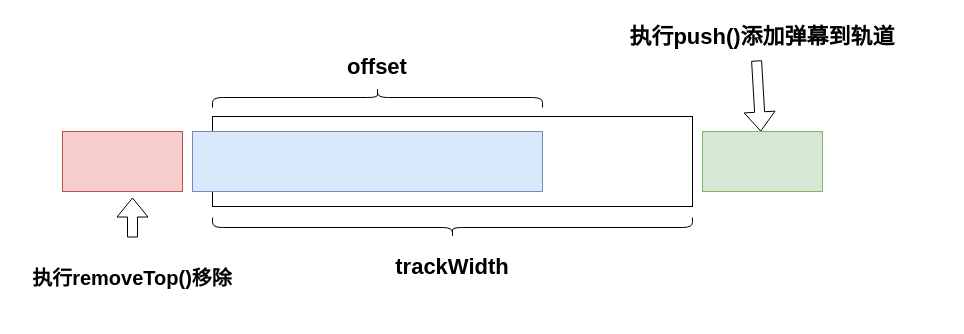
logcas/ImageBed keeps this draw.io diagram as danmaku2.drawio. Above is the earlier version. Source tidied: cells renumbered, new cells numbered last; positions are measured from the earlier drawing's top-left corner, leaving out a move shared by most shapes. Both pictures are drawn from the tidied source at 100%, with x=0, y=0 at pixel (17, -68).
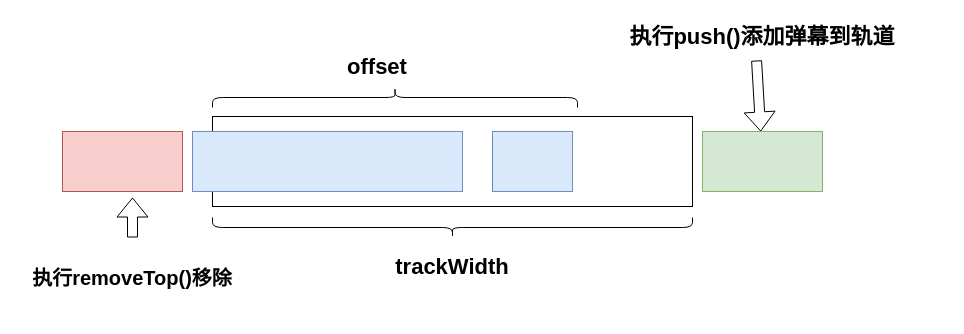
The same diagram, later.

Diff of the diagram source:
```diff
@@
 <mxGraphModel>
   <root>
     <mxCell id="0" />
     <mxCell id="1" parent="0" />
     <mxCell id="2" style="rounded=0;whiteSpace=wrap;html=1;" parent="1" vertex="1">
       <mxGeometry x="195" y="184" width="480" height="90" as="geometry" />
     </mxCell>
     <mxCell id="3" style="rounded=0;whiteSpace=wrap;html=1;fillColor=#f8cecc;strokeColor=#b85450;" parent="1" vertex="1">
       <mxGeometry x="45" y="199" width="120" height="60" as="geometry" />
     </mxCell>
     <mxCell id="4" style="rounded=0;whiteSpace=wrap;html=1;fillColor=#dae8fc;strokeColor=#6c8ebf;" parent="1" vertex="1">
-      <mxGeometry x="175" y="199" width="350" height="60" as="geometry" />
+      <mxGeometry x="175" y="199" width="270" height="60" as="geometry" />
     </mxCell>
     <mxCell id="5" value="&lt;b&gt;&lt;font style=&quot;font-size: 20px&quot;&gt;执行removeTop()移除&lt;/font&gt;&lt;/b&gt;" style="text;html=1;strokeColor=none;fillColor=none;align=center;verticalAlign=middle;whiteSpace=wrap;rounded=0;" parent="1" vertex="1">
       <mxGeometry y="305" width="230" height="80" as="geometry" />
     </mxCell>
     <mxCell id="6" style="shape=flexArrow;endArrow=classic;html=1;" parent="1" edge="1" source="5">
       <mxGeometry relative="1" as="geometry">
         <mxPoint x="115" y="265" as="targetPoint" />
       </mxGeometry>
     </mxCell>
     <mxCell id="7" style="shape=curlyBracket;whiteSpace=wrap;html=1;rounded=1;rotation=90;" parent="1" vertex="1">
-      <mxGeometry x="350" width="20" height="330" as="geometry" />
+      <mxGeometry x="367.5" y="-17.5" width="20" height="365" as="geometry" />
     </mxCell>
     <mxCell id="8" value="&lt;b&gt;&lt;font style=&quot;font-size: 22px&quot;&gt;offset&lt;/font&gt;&lt;/b&gt;" style="text;html=1;strokeColor=none;fillColor=none;align=center;verticalAlign=middle;whiteSpace=wrap;rounded=0;" parent="1" vertex="1">
       <mxGeometry x="320" y="115" width="80" height="40" as="geometry" />
     </mxCell>
     <mxCell id="9" style="shape=curlyBracket;whiteSpace=wrap;html=1;rounded=1;rotation=-90;" parent="1" vertex="1">
       <mxGeometry x="425" y="55" width="20" height="480" as="geometry" />
     </mxCell>
     <mxCell id="10" value="&lt;b&gt;&lt;font style=&quot;font-size: 22px&quot;&gt;trackWidth&lt;/font&gt;&lt;/b&gt;" style="text;html=1;strokeColor=none;fillColor=none;align=center;verticalAlign=middle;whiteSpace=wrap;rounded=0;" parent="1" vertex="1">
       <mxGeometry x="395" y="315" width="80" height="40" as="geometry" />
     </mxCell>
     <mxCell id="11" style="rounded=0;whiteSpace=wrap;html=1;fillColor=#d5e8d4;strokeColor=#82b366;" parent="1" vertex="1">
       <mxGeometry x="685" y="199" width="120" height="60" as="geometry" />
     </mxCell>
     <mxCell id="12" value="&lt;span style=&quot;font-size: 22px&quot;&gt;&lt;b&gt;执行push()添加弹幕到轨道&lt;/b&gt;&lt;/span&gt;" style="text;html=1;strokeColor=none;fillColor=none;align=center;verticalAlign=middle;whiteSpace=wrap;rounded=0;" parent="1" vertex="1">
       <mxGeometry x="560" y="85" width="370" height="40" as="geometry" />
     </mxCell>
     <mxCell id="13" style="shape=flexArrow;endArrow=classic;html=1;exitX=0.484;exitY=1.075;exitDx=0;exitDy=0;exitPerimeter=0;" parent="1" edge="1" source="12" target="11">
       <mxGeometry relative="1" as="geometry" />
     </mxCell>
+    <mxCell id="14" style="rounded=0;whiteSpace=wrap;html=1;fillColor=#dae8fc;strokeColor=#6c8ebf;" parent="1" vertex="1">
+      <mxGeometry x="475" y="199" width="80" height="60" as="geometry" />
+    </mxCell>
   </root>
 </mxGraphModel>
```
